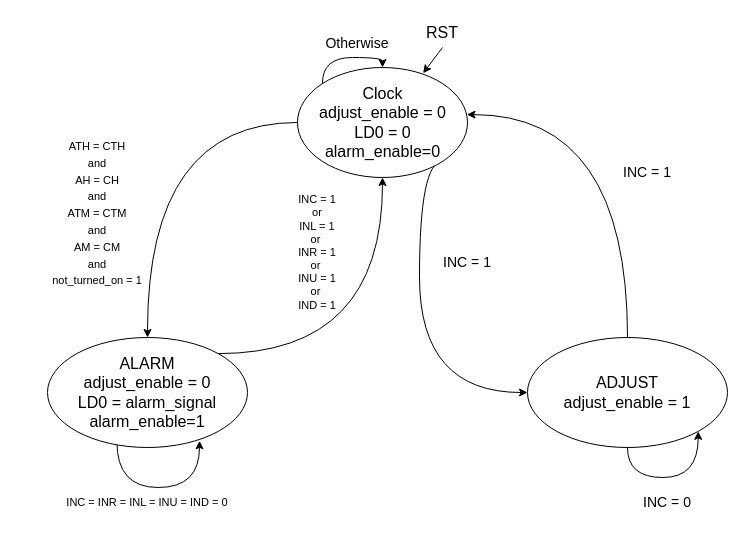
The draw.io diagram page "FSM- Main Circuit" (5 of 8) of Block Diagram.drawio in MagdElDinAhmed/DD1-Project2, before the edit. Source tidied: cells renumbered, new cells numbered last; positions are measured from the earlier drawing's top-left corner, leaving out a move shared by most shapes. Both pictures are drawn from the tidied source at 100%, with x=0, y=0 at pixel (17, 17).
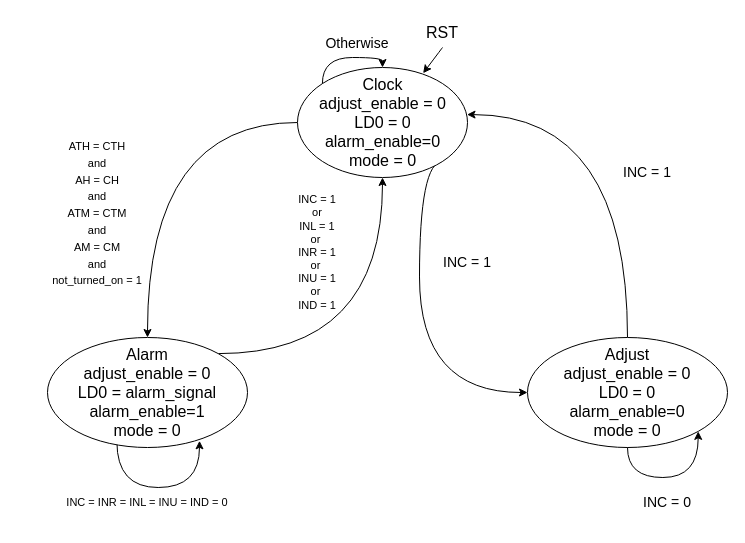
Above is the later version.

The edit, as a diff of the source:
```diff
@@
-    <mxCell id="8" value="&lt;font style=&quot;font-size: 16px;&quot;&gt;Clock&lt;br&gt;&lt;/font&gt;&lt;div&gt;&lt;font style=&quot;font-size: 16px;&quot;&gt;adjust_enable = 0&lt;br&gt;&lt;/font&gt;&lt;/div&gt;&lt;div&gt;&lt;font style=&quot;font-size: 16px;&quot;&gt;LD0 = 0&lt;br&gt;&lt;/font&gt;&lt;/div&gt;&lt;div&gt;&lt;font style=&quot;font-size: 16px;&quot;&gt;alarm_enable=0&lt;br&gt;&lt;/font&gt;&lt;/div&gt;" style="text;html=1;strokeColor=none;fillColor=none;align=center;verticalAlign=middle;whiteSpace=wrap;rounded=0;" parent="1" vertex="1">
+    <mxCell id="8" value="&lt;font style=&quot;font-size: 16px;&quot;&gt;Clock&lt;br&gt;&lt;/font&gt;&lt;div&gt;&lt;font style=&quot;font-size: 16px;&quot;&gt;adjust_enable = 0&lt;br&gt;&lt;/font&gt;&lt;/div&gt;&lt;div&gt;&lt;font style=&quot;font-size: 16px;&quot;&gt;LD0 = 0&lt;br&gt;&lt;/font&gt;&lt;/div&gt;&lt;div&gt;&lt;font style=&quot;font-size: 16px;&quot;&gt;alarm_enable=0&lt;/font&gt;&lt;/div&gt;&lt;div&gt;&lt;font style=&quot;font-size: 16px;&quot;&gt;mode = 0&lt;br&gt;&lt;/font&gt;&lt;/div&gt;" style="text;html=1;strokeColor=none;fillColor=none;align=center;verticalAlign=middle;whiteSpace=wrap;rounded=0;" parent="1" vertex="1">
       <mxGeometry x="260" y="62.5" width="211" height="85" as="geometry" />
     </mxCell>
-    <mxCell id="9" value="&lt;span style=&quot;font-size: 16px;&quot;&gt;ALARM&lt;br&gt;&lt;/span&gt;&lt;div&gt;&lt;font style=&quot;font-size: 16px;&quot;&gt;adjust_enable = 0&lt;br&gt;&lt;/font&gt;&lt;/div&gt;&lt;div&gt;&lt;font style=&quot;font-size: 16px;&quot;&gt;LD0 = alarm_signal&lt;br&gt;&lt;/font&gt;&lt;/div&gt;&lt;font style=&quot;font-size: 16px;&quot;&gt;alarm_enable=1&lt;/font&gt;" style="text;html=1;strokeColor=none;fillColor=none;align=center;verticalAlign=middle;whiteSpace=wrap;rounded=0;" parent="1" vertex="1">
+    <mxCell id="9" value="&lt;span style=&quot;font-size: 16px;&quot;&gt;Alarm&lt;br&gt;&lt;/span&gt;&lt;div&gt;&lt;font style=&quot;font-size: 16px;&quot;&gt;adjust_enable = 0&lt;br&gt;&lt;/font&gt;&lt;/div&gt;&lt;div&gt;&lt;font style=&quot;font-size: 16px;&quot;&gt;LD0 = alarm_signal&lt;br&gt;&lt;/font&gt;&lt;/div&gt;&lt;div&gt;&lt;font style=&quot;font-size: 16px;&quot;&gt;alarm_enable=1&lt;/font&gt;&lt;/div&gt;&lt;div&gt;&lt;font style=&quot;font-size: 16px;&quot;&gt;mode = 0&lt;br&gt;&lt;/font&gt;&lt;/div&gt;" style="text;html=1;strokeColor=none;fillColor=none;align=center;verticalAlign=middle;whiteSpace=wrap;rounded=0;" parent="1" vertex="1">
       <mxGeometry x="50" y="360" width="160" height="30" as="geometry" />
     </mxCell>
@@
-    <mxCell id="12" value="&lt;span style=&quot;font-size: 16px;&quot;&gt;ADJUST&lt;br&gt;adjust_enable = 1&lt;/span&gt;" style="text;html=1;strokeColor=none;fillColor=none;align=center;verticalAlign=middle;whiteSpace=wrap;rounded=0;" parent="1" vertex="1">
+    <mxCell id="12" value="&lt;div&gt;&lt;font style=&quot;font-size: 16px;&quot;&gt;Adjust&lt;br&gt;&lt;/font&gt;&lt;/div&gt;&lt;div&gt;&lt;font style=&quot;font-size: 16px;&quot;&gt;adjust_enable = 0&lt;br&gt;&lt;/font&gt;&lt;/div&gt;&lt;div&gt;&lt;font style=&quot;font-size: 16px;&quot;&gt;LD0 = 0&lt;br&gt;&lt;/font&gt;&lt;/div&gt;&lt;div&gt;&lt;font style=&quot;font-size: 16px;&quot;&gt;alarm_enable=0&lt;/font&gt;&lt;/div&gt;&lt;div&gt;&lt;font style=&quot;font-size: 16px;&quot;&gt;mode = 0&lt;br&gt;&lt;/font&gt;&lt;/div&gt;" style="text;html=1;strokeColor=none;fillColor=none;align=center;verticalAlign=middle;whiteSpace=wrap;rounded=0;" parent="1" vertex="1">
       <mxGeometry x="530" y="360" width="160" height="30" as="geometry" />
     </mxCell>
```
